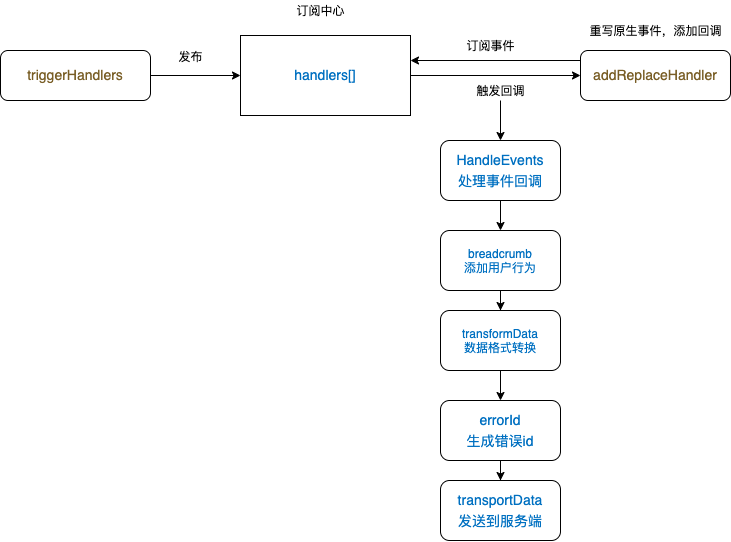
Above: docs/sdk-blog/assets/flow.drawio.png in clouDr-f2e/monitor (draw.io), before the change. Source tidied: cells renumbered, new cells last; positions are measured from the earlier drawing's top-left corner, leaving out a move shared by most shapes.
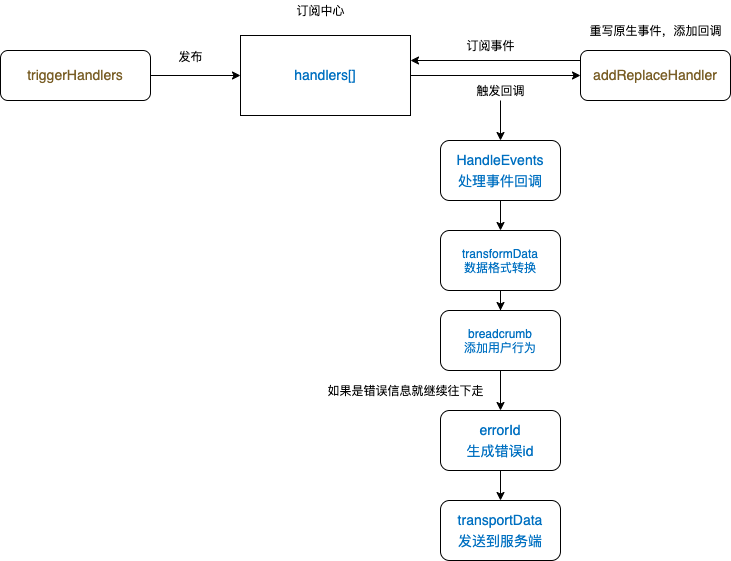
After the change.

Commit message:
feat：更新readme、流程图

Change to the diagram source:
```diff
@@ -46,28 +46,31 @@
       <mxGeometry x="440" y="140" width="120" height="60" as="geometry" />
     </mxCell>
     <mxCell id="15" value="&lt;div style=&quot;background-color: rgb(255 , 255 , 255) ; font-size: 14px ; line-height: 21px&quot;&gt;&lt;span style=&quot;color: #0070c1&quot;&gt;transportData&lt;/span&gt;&lt;/div&gt;&lt;div style=&quot;background-color: rgb(255 , 255 , 255) ; font-size: 14px ; line-height: 21px&quot;&gt;&lt;span style=&quot;color: #0070c1&quot;&gt;发送到服务端&lt;/span&gt;&lt;/div&gt;" style="rounded=1;whiteSpace=wrap;html=1;" parent="1" vertex="1">
-      <mxGeometry x="440" y="480" width="120" height="60" as="geometry" />
+      <mxGeometry x="440" y="500" width="120" height="60" as="geometry" />
     </mxCell>
     <mxCell id="16" style="edgeStyle=orthogonalEdgeStyle;rounded=0;jettySize=auto;html=1;" parent="1" edge="1" source="17" target="21">
       <mxGeometry relative="1" as="geometry" />
     </mxCell>
-    <mxCell id="17" value="&lt;font color=&quot;#0070c1&quot;&gt;transformData&lt;br&gt;数据格式转换&lt;br&gt;&lt;/font&gt;" style="rounded=1;whiteSpace=wrap;html=1;" parent="1" vertex="1">
+    <mxCell id="17" value="&lt;span style=&quot;color: rgb(0 , 112 , 193)&quot;&gt;breadcrumb&lt;/span&gt;&lt;br style=&quot;color: rgb(0 , 112 , 193)&quot;&gt;&lt;span style=&quot;color: rgb(0 , 112 , 193)&quot;&gt;添加用户行为&lt;/span&gt;&lt;font color=&quot;#0070c1&quot;&gt;&lt;br&gt;&lt;/font&gt;" style="rounded=1;whiteSpace=wrap;html=1;" parent="1" vertex="1">
       <mxGeometry x="440" y="310" width="120" height="60" as="geometry" />
     </mxCell>
     <mxCell id="18" style="edgeStyle=orthogonalEdgeStyle;rounded=0;jettySize=auto;html=1;" parent="1" edge="1" source="19" target="17">
       <mxGeometry relative="1" as="geometry" />
     </mxCell>
-    <mxCell id="19" value="&lt;font color=&quot;#0070c1&quot;&gt;breadcrumb&lt;br&gt;添加用户行为&lt;br&gt;&lt;/font&gt;" style="rounded=1;whiteSpace=wrap;html=1;" parent="1" vertex="1">
+    <mxCell id="19" value="&lt;span style=&quot;color: rgb(0 , 112 , 193)&quot;&gt;transformData&lt;/span&gt;&lt;br style=&quot;color: rgb(0 , 112 , 193)&quot;&gt;&lt;span style=&quot;color: rgb(0 , 112 , 193)&quot;&gt;数据格式转换&lt;/span&gt;&lt;font color=&quot;#0070c1&quot;&gt;&lt;br&gt;&lt;/font&gt;" style="rounded=1;whiteSpace=wrap;html=1;" parent="1" vertex="1">
       <mxGeometry x="440" y="230" width="120" height="60" as="geometry" />
     </mxCell>
     <mxCell id="20" style="edgeStyle=orthogonalEdgeStyle;rounded=0;jettySize=auto;html=1;" parent="1" edge="1" source="21" target="15">
       <mxGeometry relative="1" as="geometry" />
     </mxCell>
     <mxCell id="21" value="&lt;div style=&quot;background-color: rgb(255 , 255 , 255) ; font-size: 14px ; line-height: 21px&quot;&gt;&lt;span style=&quot;color: #0070c1&quot;&gt;errorId&lt;/span&gt;&lt;/div&gt;&lt;div style=&quot;background-color: rgb(255 , 255 , 255) ; font-size: 14px ; line-height: 21px&quot;&gt;&lt;font color=&quot;#0070c1&quot;&gt;生成错误id&lt;/font&gt;&lt;/div&gt;" style="rounded=1;whiteSpace=wrap;html=1;" parent="1" vertex="1">
-      <mxGeometry x="440" y="400" width="120" height="60" as="geometry" />
+      <mxGeometry x="440" y="410" width="120" height="60" as="geometry" />
     </mxCell>
     <mxCell id="22" value="订阅中心" style="text;html=1;align=center;verticalAlign=middle;" parent="1" vertex="1">
       <mxGeometry x="290" width="60" height="20" as="geometry" />
     </mxCell>
+    <mxCell id="23" value="如果是错误信息就继续往下走" style="text;html=1;align=center;verticalAlign=middle;" parent="1" vertex="1">
+      <mxGeometry x="320" y="380" width="170" height="20" as="geometry" />
+    </mxCell>
   </root>
 </mxGraphModel>
```
